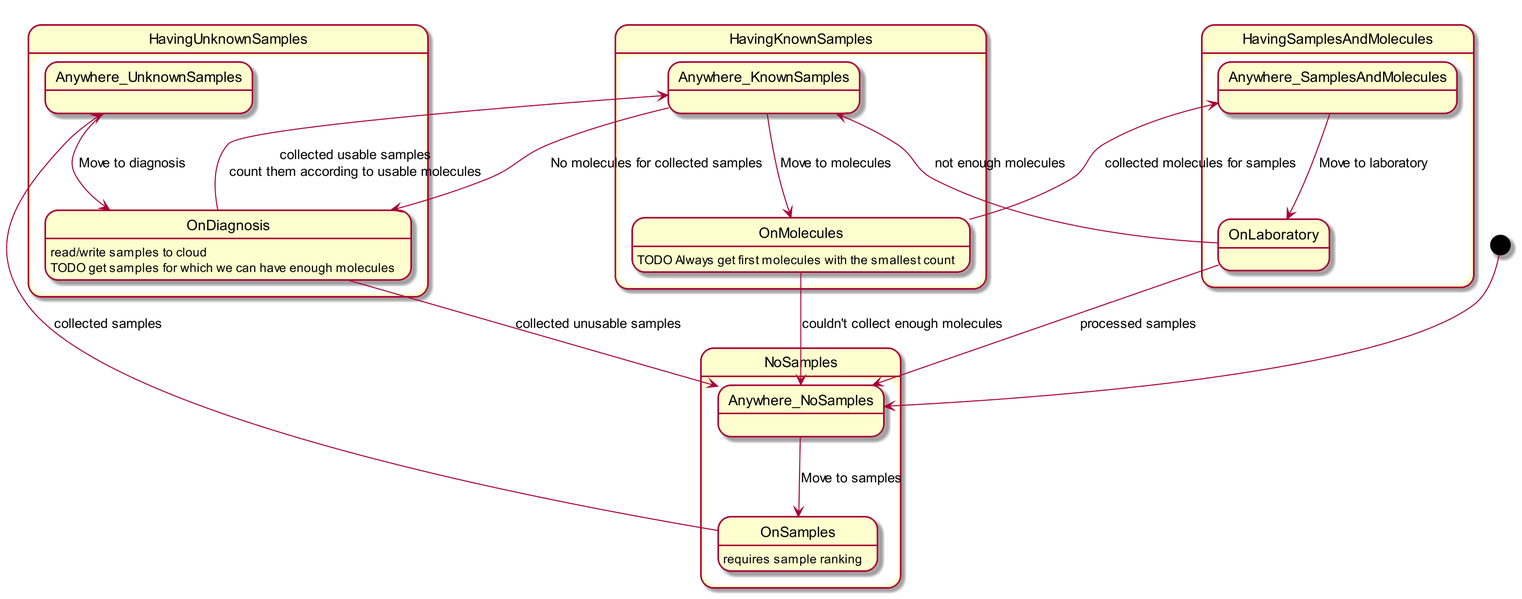
Riduidel/codingame keeps this PlantUML diagram as multiplayer/code4life/src/site/images/sequence.png. Above is the earlier version. The source it was exported from:
```plantuml
@startuml
skinparam dpi 200


state NoSamples {
    state Anywhere_NoSamples
    state OnSamples
    Anywhere_NoSamples --> OnSamples : Move to samples
    OnSamples : requires sample ranking
}

[*] --> Anywhere_NoSamples

state HavingUnknownSamples {
    state Anywhere_UnknownSamples
    state OnDiagnosis
    OnDiagnosis : read/write samples to cloud
    OnDiagnosis : TODO get samples for which we can have enough molecules
	OnSamples --> Anywhere_UnknownSamples : collected samples
    Anywhere_UnknownSamples --> OnDiagnosis : Move to diagnosis
}

state HavingKnownSamples {
    state Anywhere_KnownSamples
    state OnMolecules
    OnMolecules : TODO Always get first molecules with the smallest count
    Anywhere_KnownSamples --> OnMolecules : Move to molecules
}

OnDiagnosis --> Anywhere_KnownSamples : collected usable samples\ncount them according to usable molecules
OnDiagnosis --> Anywhere_NoSamples : collected unusable samples
Anywhere_KnownSamples --> OnDiagnosis : No molecules for collected samples

state HavingSamplesAndMolecules {
    state Anywhere_SamplesAndMolecules
    state OnLaboratory
    Anywhere_SamplesAndMolecules --> OnLaboratory : Move to laboratory
}

OnMolecules --> Anywhere_SamplesAndMolecules : collected molecules for samples
OnMolecules --> Anywhere_NoSamples : couldn't collect enough molecules
OnLaboratory --> Anywhere_NoSamples : processed samples
OnLaboratory --> Anywhere_KnownSamples : not enough molecules

@enduml
```
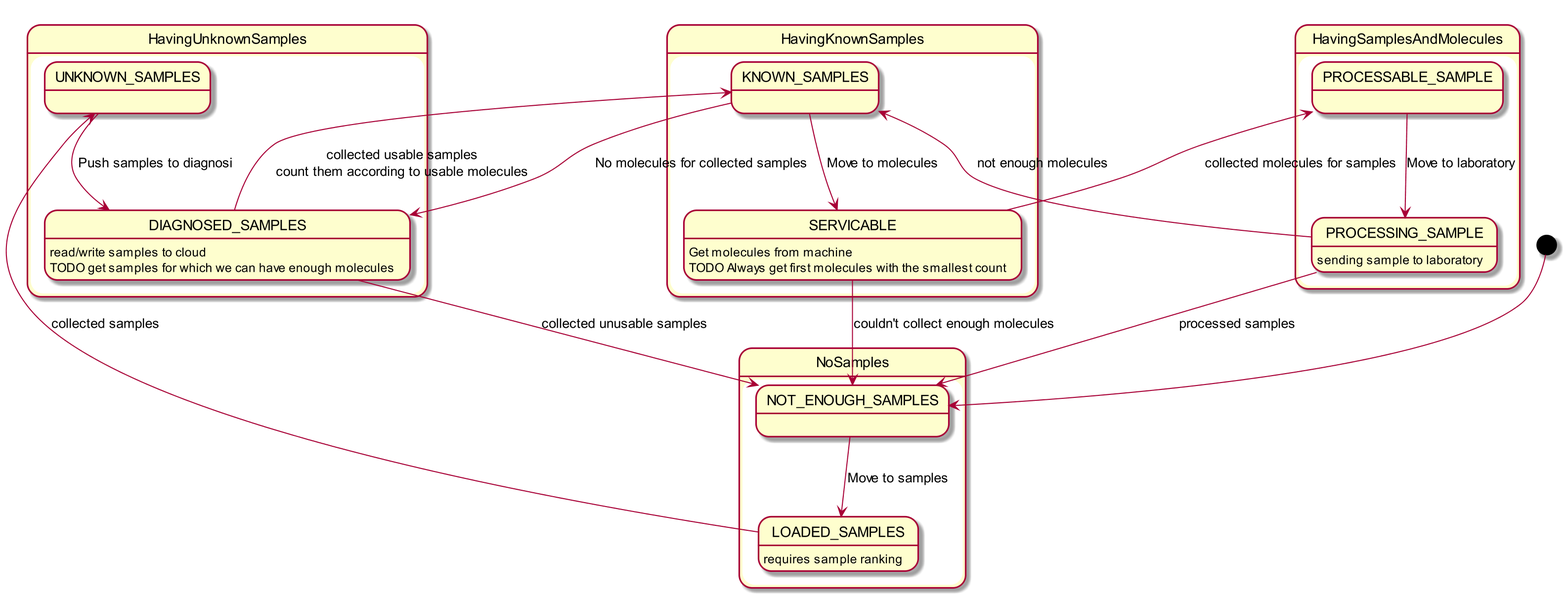
Above is the later version.

Change to the diagram source:
```diff
@@ -3,43 +3,45 @@
 
 
 state NoSamples {
-    state Anywhere_NoSamples
-    state OnSamples
-    Anywhere_NoSamples --> OnSamples : Move to samples
-    OnSamples : requires sample ranking
+    state NOT_ENOUGH_SAMPLES
+    state LOADED_SAMPLES
+    NOT_ENOUGH_SAMPLES --> LOADED_SAMPLES : Move to samples
+    LOADED_SAMPLES : requires sample ranking
 }
 
-[*] --> Anywhere_NoSamples
+[*] --> NOT_ENOUGH_SAMPLES
 
 state HavingUnknownSamples {
-    state Anywhere_UnknownSamples
-    state OnDiagnosis
-    OnDiagnosis : read/write samples to cloud
-    OnDiagnosis : TODO get samples for which we can have enough molecules
-	OnSamples --> Anywhere_UnknownSamples : collected samples
-    Anywhere_UnknownSamples --> OnDiagnosis : Move to diagnosis
+    state UNKNOWN_SAMPLES
+    state DIAGNOSED_SAMPLES
+    DIAGNOSED_SAMPLES : read/write samples to cloud
+    DIAGNOSED_SAMPLES : TODO get samples for which we can have enough molecules
+	LOADED_SAMPLES --> UNKNOWN_SAMPLES : collected samples
+    UNKNOWN_SAMPLES --> DIAGNOSED_SAMPLES : Push samples to diagnosi
 }
 
 state HavingKnownSamples {
-    state Anywhere_KnownSamples
-    state OnMolecules
-    OnMolecules : TODO Always get first molecules with the smallest count
-    Anywhere_KnownSamples --> OnMolecules : Move to molecules
+    state KNOWN_SAMPLES
+    state SERVICABLE
+    SERVICABLE : Get molecules from machine
+    SERVICABLE : TODO Always get first molecules with the smallest count
+    KNOWN_SAMPLES --> SERVICABLE : Move to molecules
 }
 
-OnDiagnosis --> Anywhere_KnownSamples : collected usable samples\ncount them according to usable molecules
-OnDiagnosis --> Anywhere_NoSamples : collected unusable samples
-Anywhere_KnownSamples --> OnDiagnosis : No molecules for collected samples
+DIAGNOSED_SAMPLES --> KNOWN_SAMPLES : collected usable samples\ncount them according to usable molecules
+DIAGNOSED_SAMPLES --> NOT_ENOUGH_SAMPLES : collected unusable samples
+KNOWN_SAMPLES --> DIAGNOSED_SAMPLES : No molecules for collected samples
 
 state HavingSamplesAndMolecules {
-    state Anywhere_SamplesAndMolecules
-    state OnLaboratory
-    Anywhere_SamplesAndMolecules --> OnLaboratory : Move to laboratory
+    state PROCESSABLE_SAMPLE
+    state PROCESSING_SAMPLE
+    PROCESSING_SAMPLE : sending sample to laboratory
+    PROCESSABLE_SAMPLE --> PROCESSING_SAMPLE : Move to laboratory
 }
 
-OnMolecules --> Anywhere_SamplesAndMolecules : collected molecules for samples
-OnMolecules --> Anywhere_NoSamples : couldn't collect enough molecules
-OnLaboratory --> Anywhere_NoSamples : processed samples
-OnLaboratory --> Anywhere_KnownSamples : not enough molecules
+SERVICABLE --> PROCESSABLE_SAMPLE : collected molecules for samples
+SERVICABLE --> NOT_ENOUGH_SAMPLES : couldn't collect enough molecules
+PROCESSING_SAMPLE --> NOT_ENOUGH_SAMPLES : processed samples
+PROCESSING_SAMPLE --> KNOWN_SAMPLES : not enough molecules
 
 @enduml
```
